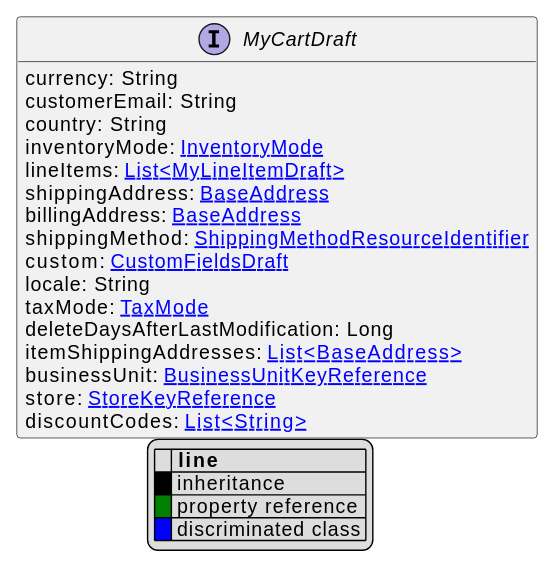
The PlantUML diagram uml/api/svg/MyCartDraft.svg in commercetools/commercetools-api-reference, before a commit. Its diagram source:
```plantuml
@startuml
!pragma layout elk
hide empty fields
hide empty methods
legend
|= |= line |
|<back:black>   </back>| inheritance |
|<back:green>   </back>| property reference |
|<back:blue>   </back>| discriminated class |
endlegend
interface MyCartDraft [[MyCartDraft.svg]]  {
    currency: String
    customerEmail: String
    country: String
    inventoryMode: [[InventoryMode.svg InventoryMode]]
    lineItems: [[MyLineItemDraft.svg List<MyLineItemDraft>]]
    shippingAddress: [[BaseAddress.svg BaseAddress]]
    billingAddress: [[BaseAddress.svg BaseAddress]]
    shippingMethod: [[ShippingMethodResourceIdentifier.svg ShippingMethodResourceIdentifier]]
    custom: [[CustomFieldsDraft.svg CustomFieldsDraft]]
    locale: String
    taxMode: [[TaxMode.svg TaxMode]]
    deleteDaysAfterLastModification: Long
    itemShippingAddresses: [[BaseAddress.svg List<BaseAddress>]]
    businessUnit: [[BusinessUnitKeyReference.svg BusinessUnitKeyReference]]
    store: [[StoreKeyReference.svg StoreKeyReference]]
    discountCodes: [[String.svg List<String>]]
}






@enduml
```
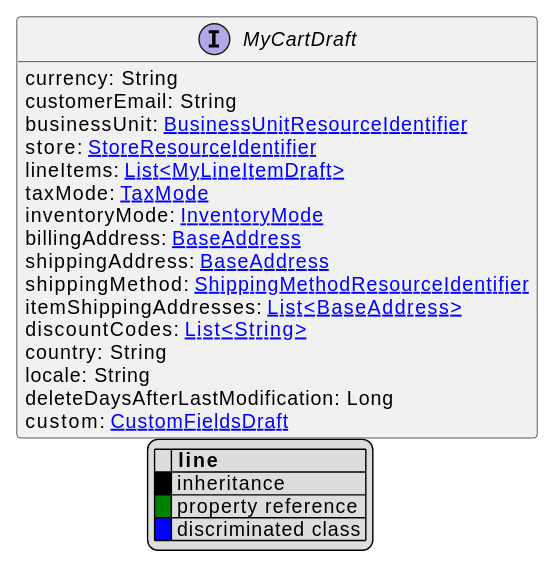
After the commit.

The edit, as a diff of the source:
```diff
@@ -11,20 +11,20 @@
 interface MyCartDraft [[MyCartDraft.svg]]  {
     currency: String
     customerEmail: String
+    businessUnit: [[BusinessUnitResourceIdentifier.svg BusinessUnitResourceIdentifier]]
+    store: [[StoreResourceIdentifier.svg StoreResourceIdentifier]]
+    lineItems: [[MyLineItemDraft.svg List<MyLineItemDraft>]]
+    taxMode: [[TaxMode.svg TaxMode]]
+    inventoryMode: [[InventoryMode.svg InventoryMode]]
+    billingAddress: [[BaseAddress.svg BaseAddress]]
+    shippingAddress: [[BaseAddress.svg BaseAddress]]
+    shippingMethod: [[ShippingMethodResourceIdentifier.svg ShippingMethodResourceIdentifier]]
+    itemShippingAddresses: [[BaseAddress.svg List<BaseAddress>]]
+    discountCodes: [[String.svg List<String>]]
     country: String
-    inventoryMode: [[InventoryMode.svg InventoryMode]]
-    lineItems: [[MyLineItemDraft.svg List<MyLineItemDraft>]]
-    shippingAddress: [[BaseAddress.svg BaseAddress]]
-    billingAddress: [[BaseAddress.svg BaseAddress]]
-    shippingMethod: [[ShippingMethodResourceIdentifier.svg ShippingMethodResourceIdentifier]]
+    locale: String
+    deleteDaysAfterLastModification: Long
     custom: [[CustomFieldsDraft.svg CustomFieldsDraft]]
-    locale: String
-    taxMode: [[TaxMode.svg TaxMode]]
-    deleteDaysAfterLastModification: Long
-    itemShippingAddresses: [[BaseAddress.svg List<BaseAddress>]]
-    businessUnit: [[BusinessUnitKeyReference.svg BusinessUnitKeyReference]]
-    store: [[StoreKeyReference.svg StoreKeyReference]]
-    discountCodes: [[String.svg List<String>]]
 }
 
 
```
